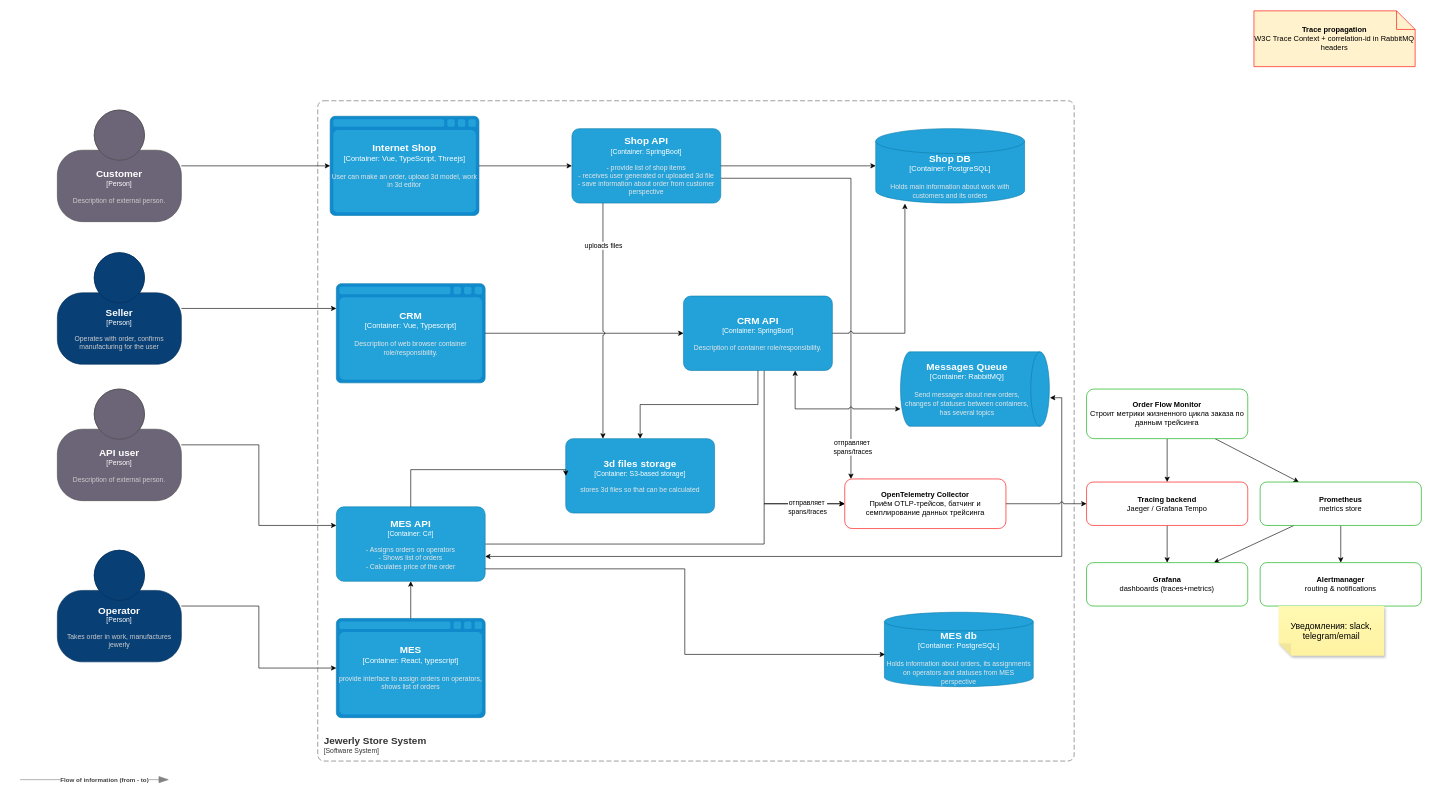
The draw.io diagram Task3/Task3_Alexandrite_tracing_v2_monitoring.drawio in aymanstepanova/architecture-pro-alexandrite, before the edit. Source tidied: cells renumbered, new cells numbered last; positions are measured from the earlier drawing's top-left corner, leaving out a move shared by most shapes. Both pictures are drawn from the tidied source at 62%, with x=0, y=0 at pixel (20, 11).
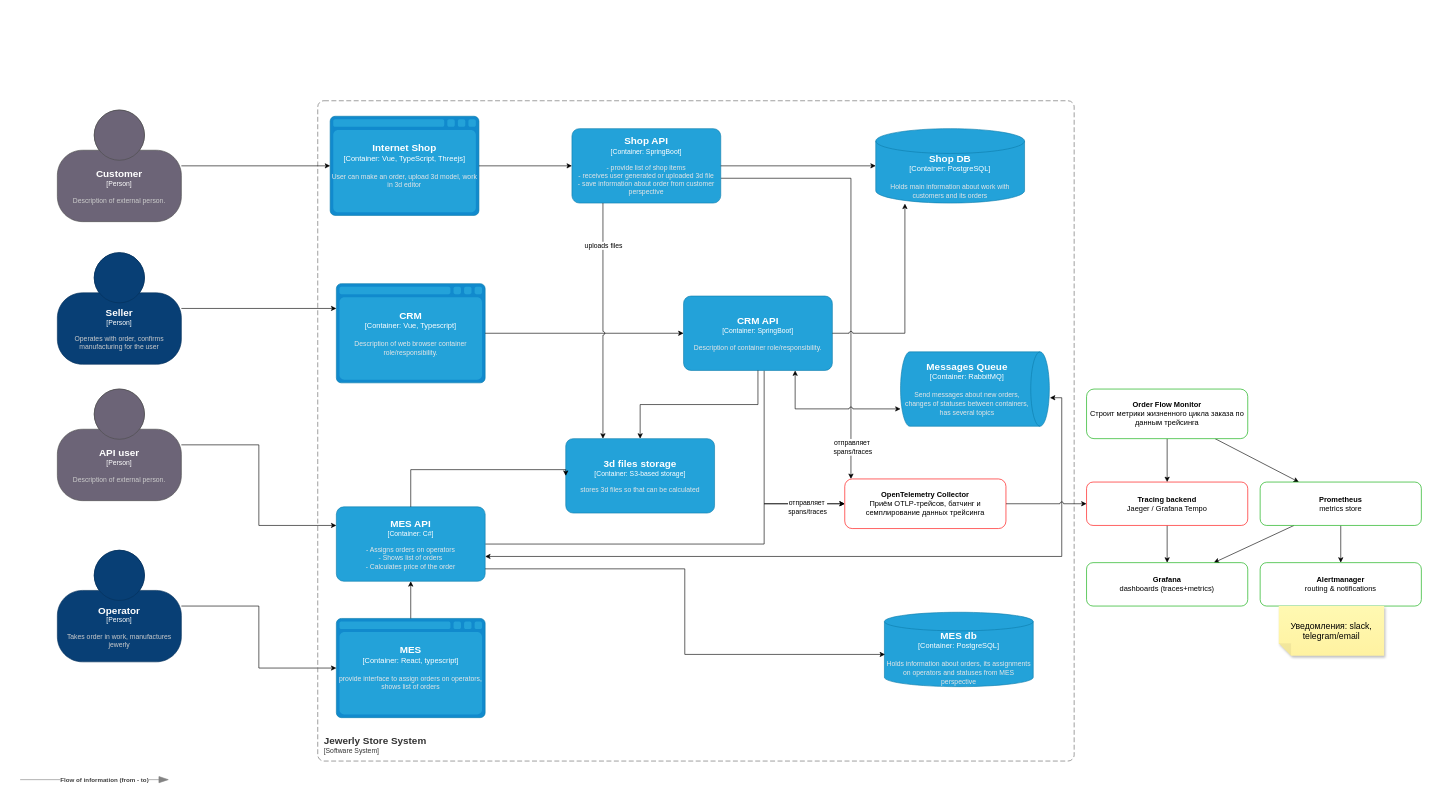
The same diagram, later.

Commit message:
задание 3. трейсинг

Change to the diagram source:
```diff
@@
-    <mxCell id="43" value="&lt;b&gt;Trace propagation&lt;/b&gt;&lt;br/&gt;W3C Trace Context + correlation-id in RabbitMQ headers" style="shape=note;whiteSpace=wrap;html=1;fillColor=#fff2cc;strokeColor=#ff0000;fontColor=#000000;" parent="1" vertex="1">
-      <mxGeometry x="1990" width="260" height="90" as="geometry" />
-    </mxCell>
```
